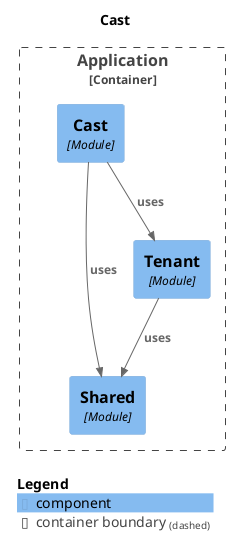
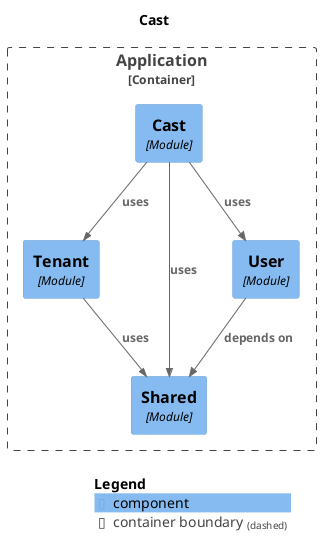
@startuml
set separator none
title Cast

top to bottom direction

!include <C4/C4>
!include <C4/C4_Context>
!include <C4/C4_Component>

Container_Boundary("Application.Application_boundary", "Application", $tags="") {
+   Component(Application.Application.Tenant, "Tenant", $techn="Module", $descr="", $tags="", $link="")
  Component(Application.Application.Cast, "Cast", $techn="Module", $descr="", $tags="", $link="")
  Component(Application.Application.Shared, "Shared", $techn="Module", $descr="", $tags="", $link="")
-   Component(Application.Application.Tenant, "Tenant", $techn="Module", $descr="", $tags="", $link="")
+   Component(Application.Application.User, "User", $techn="Module", $descr="", $tags="", $link="")
}

+ Rel(Application.Application.User, Application.Application.Shared, "depends on", $techn="", $tags="", $link="")
+ Rel(Application.Application.Cast, Application.Application.User, "uses", $techn="", $tags="", $link="")
+ Rel(Application.Application.Cast, Application.Application.Tenant, "uses", $techn="", $tags="", $link="")
+ Rel(Application.Application.Cast, Application.Application.Shared, "uses", $techn="", $tags="", $link="")
Rel(Application.Application.Tenant, Application.Application.Shared, "uses", $techn="", $tags="", $link="")
- Rel(Application.Application.Cast, Application.Application.Shared, "uses", $techn="", $tags="", $link="")
- Rel(Application.Application.Cast, Application.Application.Tenant, "uses", $techn="", $tags="", $link="")

SHOW_LEGEND(true)
@enduml